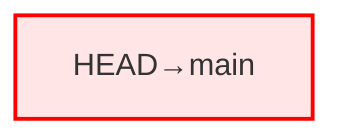
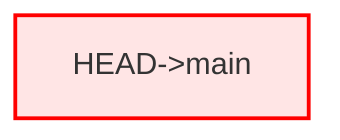
flowchart RL
-     main["HEAD→main"]
+     main["HEAD->main"]
    style main fill:#ffe5e5,stroke:#ff0000,stroke-width:2px
